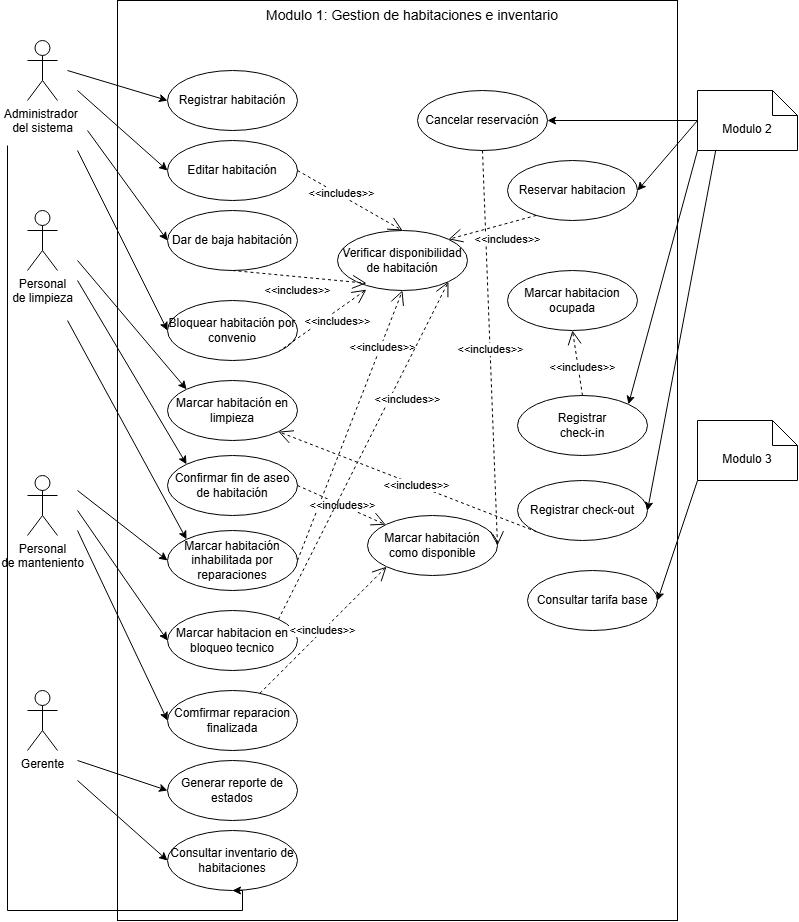
The draw.io diagram documentos/cdu-modulo-1.png in MirianMarriaga/hospitua-module-1, before a commit. Source tidied: cells renumbered, new cells last; positions are measured from the earlier drawing's top-left corner, leaving out a move shared by most shapes.
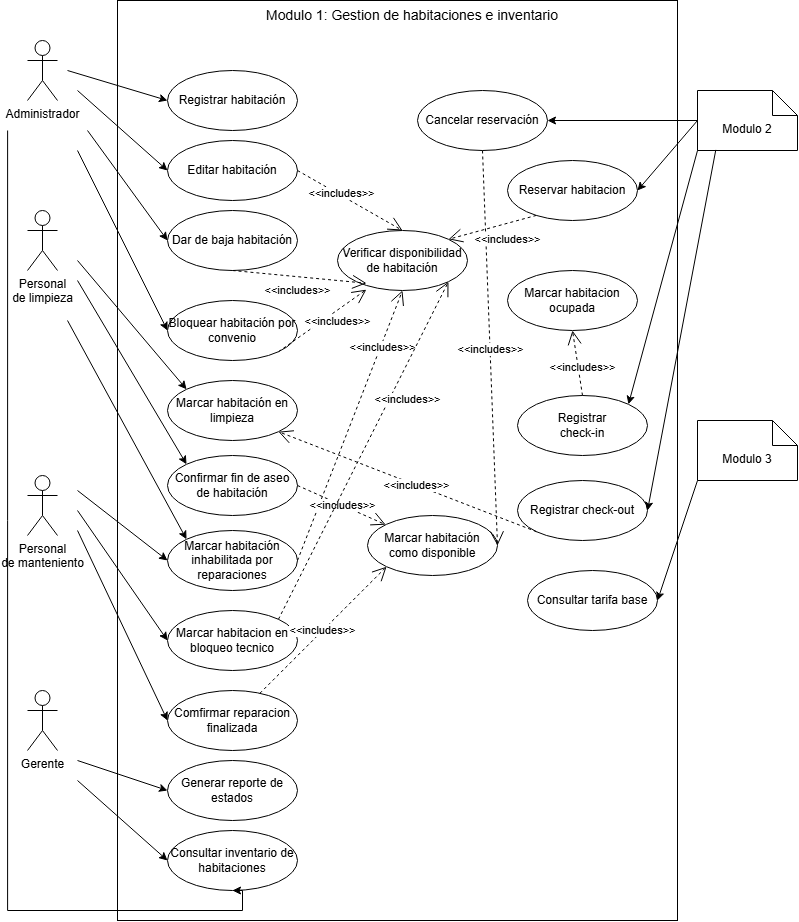
Later version of the same file.

Commit message:
docs: actualizar nombre de actor en casos de uso

What changed in the source:
```diff
@@ -5,7 +5,7 @@
     <mxCell id="2" style="rounded=0;whiteSpace=wrap;html=1;rotation=-90;fillColor=none;" parent="1" vertex="1">
       <mxGeometry y="180" width="920" height="560" as="geometry" />
     </mxCell>
-    <mxCell id="3" value="Administrador&amp;nbsp;&lt;div&gt;del sistema&lt;/div&gt;" style="shape=umlActor;verticalLabelPosition=bottom;verticalAlign=top;html=1;" parent="1" vertex="1">
+    <mxCell id="3" value="Administrador" style="shape=umlActor;verticalLabelPosition=bottom;verticalAlign=top;html=1;" parent="1" vertex="1">
       <mxGeometry x="90" y="40" width="30" height="60" as="geometry" />
     </mxCell>
     <mxCell id="4" value="Personal&lt;div&gt;de limpieza&lt;/div&gt;" style="shape=umlActor;verticalLabelPosition=bottom;verticalAlign=top;html=1;" parent="1" vertex="1">
@@ -188,7 +188,7 @@
     </mxCell>
     <mxCell id="54" style="endArrow=classic;html=1;rounded=0;endFill=1;edgeStyle=orthogonalEdgeStyle;entryX=0.5;entryY=1;entryDx=0;entryDy=0;" parent="1" edge="1" target="28">
       <mxGeometry relative="1" as="geometry">
-        <mxPoint x="70" y="145" as="sourcePoint" />
+        <mxPoint x="70.1" y="130" as="sourcePoint" />
         <Array as="points">
           <mxPoint x="70" y="910" />
           <mxPoint x="305" y="910" />
```
